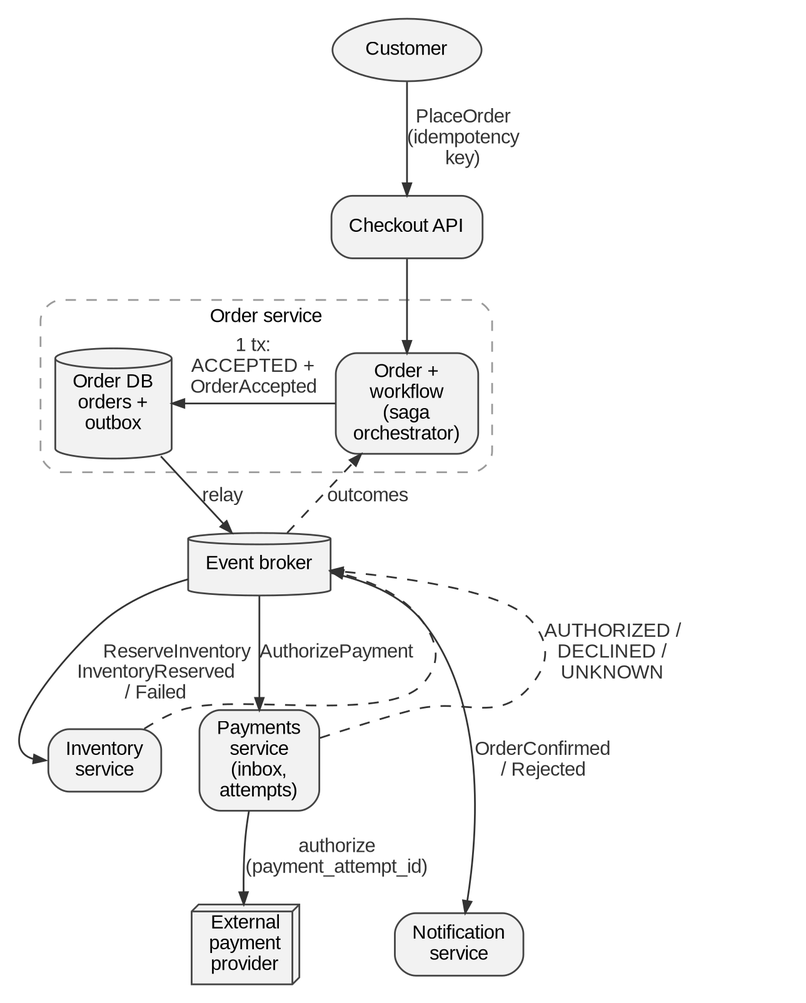
Above: assets/diagrams/rendered/checkout.png in cesarcastrocuba/handbook-solutions-architecture (Graphviz), before the change. Its source is kept beside it as assets/diagrams/src/checkout.dot. The source it was exported from:
```dot
digraph G {

 rankdir=TB;
 cu [label="Customer", shape=ellipse];
 api [label="Checkout API"];
 subgraph cluster_ord { label="Order service";
   odb [label="Order DB\norders +\noutbox", shape=cylinder];
   os [label="Order +\nworkflow\n(saga\norchestrator)"];
   os->odb [label="1 tx:\nACCEPTED +\nOrderAccepted", constraint=false];
   {rank=same; os; odb;}
 }
 br [label="Event broker", shape=cylinder];
 inv [label="Inventory\nservice"];
 pay [label="Payments\nservice\n(inbox,\nattempts)"];
 pp [label="External\npayment\nprovider", shape=box3d];
 nt [label="Notification\nservice"];
 cu->api [label="PlaceOrder\n(idempotency\nkey)"];
 api->os;
 odb->br [label="relay"];
 br->inv [label="ReserveInventory", headport=w];
 br->pay [label="AuthorizePayment"];
 pay->pp [label="authorize\n(payment_attempt_id)"];
 inv->br [xlabel="InventoryReserved\n/ Failed", style=dashed, constraint=false];
 pay->br [label="AUTHORIZED /\nDECLINED /\nUNKNOWN", style=dashed, constraint=false];
 br->os [label="outcomes", style=dashed];
 br->nt [label="OrderConfirmed\n/ Rejected"];
 {rank=same; inv; pay;}
 {rank=same; pp; sp; nt;}
 sp [style=invis, width=1.8];
}
```
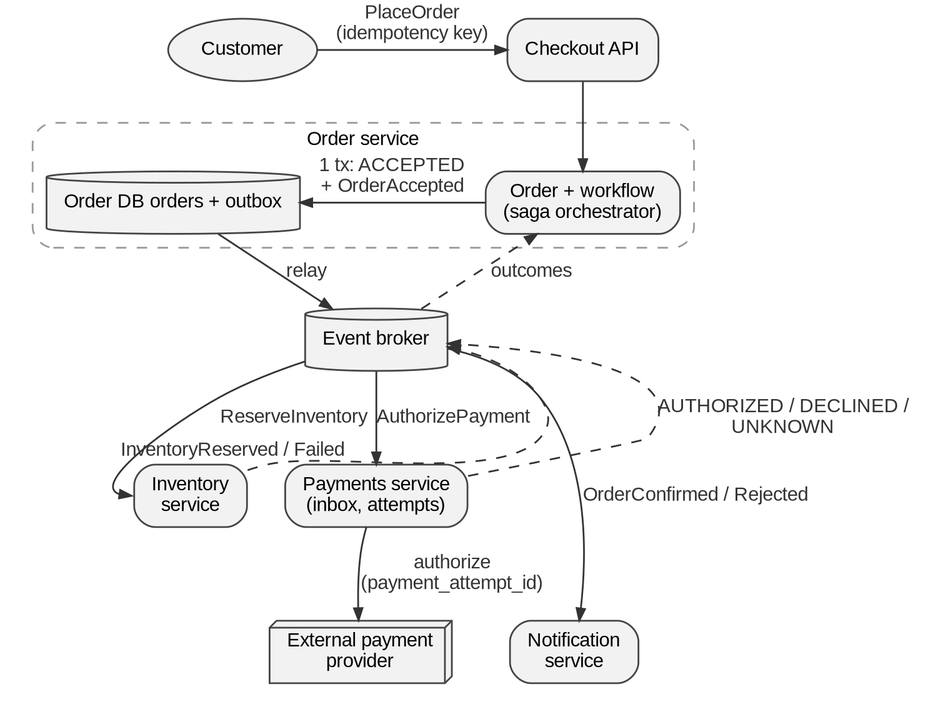
Above is the later version.

Diff of the diagram source:
```diff
@@ -4,26 +4,27 @@
  cu [label="Customer", shape=ellipse];
  api [label="Checkout API"];
  subgraph cluster_ord { label="Order service";
-   odb [label="Order DB\norders +\noutbox", shape=cylinder];
-   os [label="Order +\nworkflow\n(saga\norchestrator)"];
-   os->odb [label="1 tx:\nACCEPTED +\nOrderAccepted", constraint=false];
+   odb [label="Order DB orders + outbox", shape=cylinder];
+   os [label="Order + workflow\n(saga orchestrator)"];
+   os->odb [label="1 tx: ACCEPTED\n+ OrderAccepted", constraint=false];
    {rank=same; os; odb;}
  }
  br [label="Event broker", shape=cylinder];
  inv [label="Inventory\nservice"];
- pay [label="Payments\nservice\n(inbox,\nattempts)"];
- pp [label="External\npayment\nprovider", shape=box3d];
+ pay [label="Payments service\n(inbox, attempts)"];
+ pp [label="External payment\nprovider", shape=box3d];
  nt [label="Notification\nservice"];
- cu->api [label="PlaceOrder\n(idempotency\nkey)"];
+ cu->api [label="PlaceOrder\n(idempotency key)"];
  api->os;
  odb->br [label="relay"];
  br->inv [label="ReserveInventory", headport=w];
  br->pay [label="AuthorizePayment"];
  pay->pp [label="authorize\n(payment_attempt_id)"];
- inv->br [xlabel="InventoryReserved\n/ Failed", style=dashed, constraint=false];
- pay->br [label="AUTHORIZED /\nDECLINED /\nUNKNOWN", style=dashed, constraint=false];
+ inv->br [xlabel="InventoryReserved / Failed", style=dashed, constraint=false];
+ pay->br [label="AUTHORIZED / DECLINED /\nUNKNOWN", style=dashed, constraint=false];
  br->os [label="outcomes", style=dashed];
- br->nt [label="OrderConfirmed\n/ Rejected"];
+ br->nt [label="OrderConfirmed / Rejected"];
+ {rank=same; cu; api;}
  {rank=same; inv; pay;}
  {rank=same; pp; sp; nt;}
  sp [style=invis, width=1.8];
```
